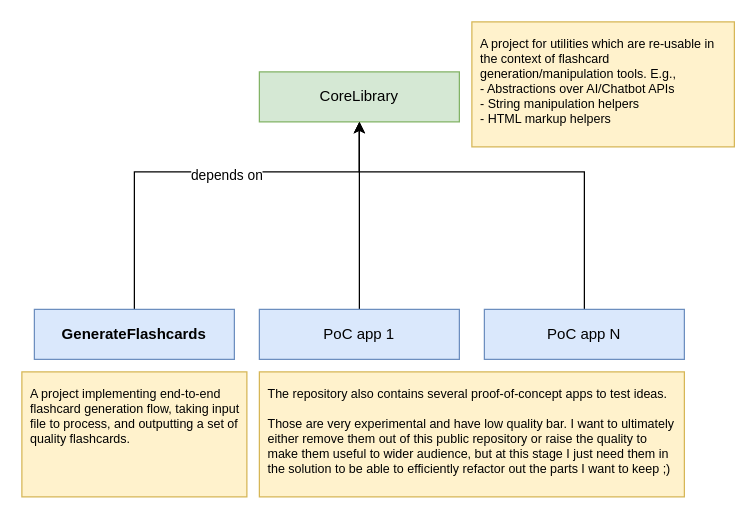
This is page "Project dependency" (3 of 3) of docs/Architecture.drawio from taurit/FlashcardSpace.Toolkit, a draw.io file, before an edit. Source tidied: cells renumbered, new cells numbered last; positions are measured from the earlier drawing's top-left corner, leaving out a move shared by most shapes. Both pictures are drawn from the tidied source at 125%, with x=0, y=0 at pixel (21, 21).
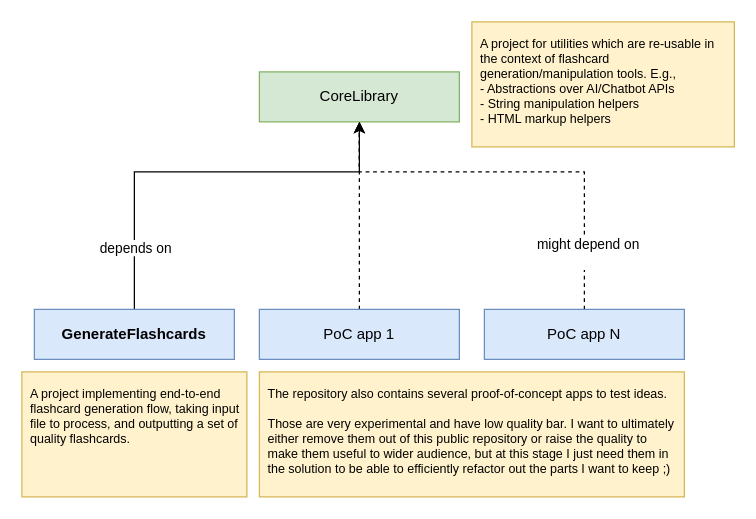
The same diagram, later.

Change to the diagram source:
```diff
@@
 <mxGraphModel>
   <root>
     <mxCell id="0" />
     <mxCell id="1" parent="0" />
     <mxCell id="2" style="edgeStyle=orthogonalEdgeStyle;rounded=0;jettySize=auto;html=1;" parent="1" edge="1" source="4" target="5">
       <mxGeometry relative="1" as="geometry">
         <Array as="points">
           <mxPoint x="90" y="120" />
           <mxPoint x="270" y="120" />
         </Array>
       </mxGeometry>
     </mxCell>
     <mxCell id="3" value="depends on" style="edgeLabel;html=1;align=center;verticalAlign=middle;" parent="2" vertex="1">
-      <mxGeometry x="0.11" y="-2" relative="1" as="geometry" />
+      <mxGeometry x="0.11" y="-2" relative="1" as="geometry">
+        <mxPoint x="-73" y="58" as="offset" />
+      </mxGeometry>
     </mxCell>
     <mxCell id="4" value="GenerateFlashcards" style="rounded=0;whiteSpace=wrap;html=1;fillColor=#dae8fc;strokeColor=#6c8ebf;fontStyle=1;" parent="1" vertex="1">
       <mxGeometry x="10" y="230" width="160" height="40" as="geometry" />
     </mxCell>
     <mxCell id="5" value="CoreLibrary" style="rounded=0;whiteSpace=wrap;html=1;fillColor=#d5e8d4;strokeColor=#82b366;" parent="1" vertex="1">
       <mxGeometry x="190" y="40" width="160" height="40" as="geometry" />
     </mxCell>
-    <mxCell id="6" style="edgeStyle=orthogonalEdgeStyle;rounded=0;jettySize=auto;html=1;" parent="1" edge="1" source="7" target="5">
+    <mxCell id="6" style="edgeStyle=orthogonalEdgeStyle;rounded=0;jettySize=auto;html=1;dashed=1;" parent="1" edge="1" source="7" target="5">
       <mxGeometry relative="1" as="geometry" />
     </mxCell>
     <mxCell id="7" value="PoC app 1" style="rounded=0;whiteSpace=wrap;html=1;fillColor=#dae8fc;strokeColor=#6c8ebf;" parent="1" vertex="1">
       <mxGeometry x="190" y="230" width="160" height="40" as="geometry" />
     </mxCell>
-    <mxCell id="8" style="edgeStyle=orthogonalEdgeStyle;rounded=0;jettySize=auto;html=1;" parent="1" edge="1" source="9" target="5">
+    <mxCell id="8" style="edgeStyle=orthogonalEdgeStyle;rounded=0;jettySize=auto;html=1;dashed=1;" parent="1" edge="1" source="9" target="5">
       <mxGeometry relative="1" as="geometry">
         <Array as="points">
           <mxPoint x="450" y="120" />
           <mxPoint x="270" y="120" />
         </Array>
       </mxGeometry>
     </mxCell>
+    <mxCell id="13" value="might depend on&lt;div&gt;&lt;br&gt;&lt;/div&gt;" style="edgeLabel;html=1;align=center;verticalAlign=middle;" parent="8" vertex="1">
+      <mxGeometry x="-0.72" y="-2" relative="1" as="geometry" />
+    </mxCell>
     <mxCell id="9" value="PoC app N" style="rounded=0;whiteSpace=wrap;html=1;fillColor=#dae8fc;strokeColor=#6c8ebf;" parent="1" vertex="1">
       <mxGeometry x="370" y="230" width="160" height="40" as="geometry" />
     </mxCell>
     <mxCell id="10" value="A project for utilities which are re-usable in the context of flashcard generation/manipulation tools. E.g., &#10;- Abstractions over AI/Chatbot APIs&#10;- String manipulation helpers&#10;- HTML markup helpers" style="text;whiteSpace=wrap;fillColor=#fff2cc;strokeColor=#d6b656;fontSize=10;spacing=7;" parent="1" vertex="1">
       <mxGeometry x="360" width="210" height="100" as="geometry" />
     </mxCell>
     <mxCell id="11" value="A project implementing end-to-end flashcard generation flow, taking input file to process, and outputting a set of quality flashcards." style="text;whiteSpace=wrap;fillColor=#fff2cc;strokeColor=#d6b656;fontSize=10;spacing=7;" parent="1" vertex="1">
       <mxGeometry y="280" width="180" height="100" as="geometry" />
     </mxCell>
     <mxCell id="12" value="The repository also contains several proof-of-concept apps to test ideas.&#10;&#10;Those are very experimental and have low quality bar. I want to ultimately either remove them out of this public repository or raise the quality to make them useful to wider audience, but at this stage I just need them in the solution to be able to efficiently refactor out the parts I want to keep ;)" style="text;whiteSpace=wrap;fillColor=#fff2cc;strokeColor=#d6b656;fontSize=10;spacing=7;" parent="1" vertex="1">
       <mxGeometry x="190" y="280" width="340" height="100" as="geometry" />
     </mxCell>
   </root>
 </mxGraphModel>
```
